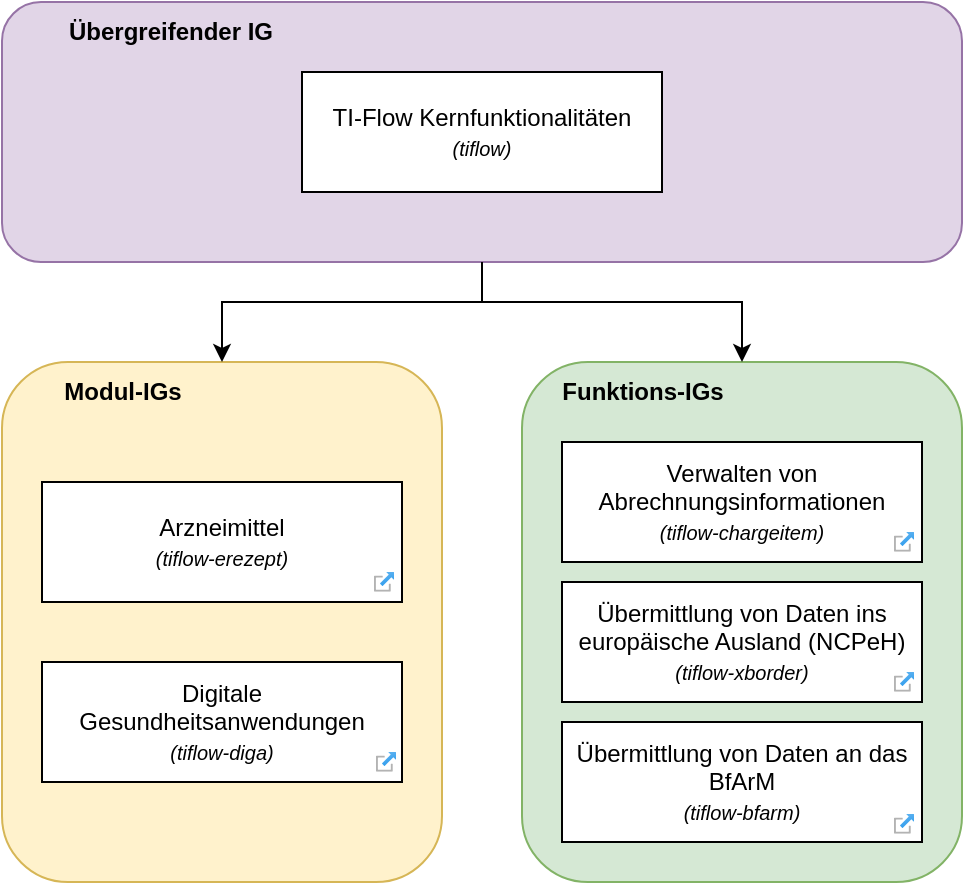
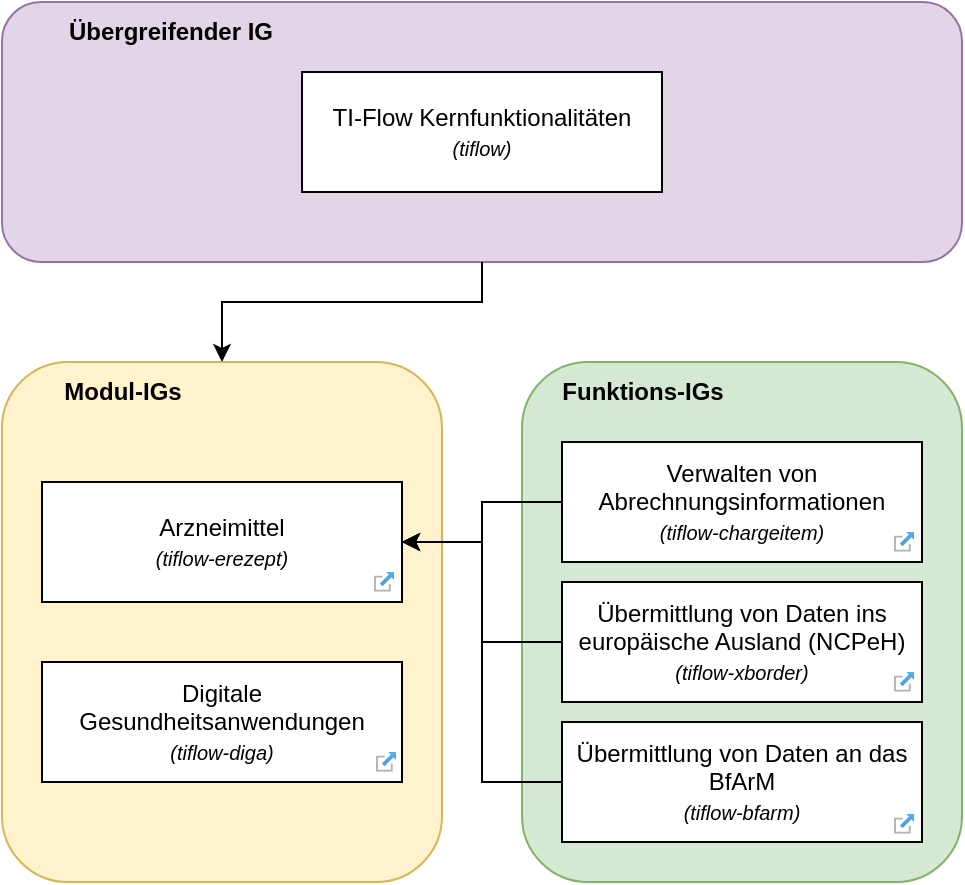
- <mxfile host="65bd71144e">
-     <diagram id="awBGbZnLdEZXr3eCjh5i" name="Page-1">
-         <mxGraphModel dx="623" dy="644" grid="1" gridSize="10" guides="1" tooltips="1" connect="1" arrows="1" fold="1" page="1" pageScale="1" pageWidth="827" pageHeight="1169" math="0" shadow="0">
-             <root>
-                 <mxCell id="0"/>
-                 <mxCell id="1" parent="0"/>
-                 <mxCell id="6" value="" style="group" parent="1" vertex="1" connectable="0">
-                     <mxGeometry x="200" y="280" width="220" height="260" as="geometry"/>
-                 </mxCell>
-                 <mxCell id="2" value="" style="rounded=1;whiteSpace=wrap;html=1;fillColor=#fff2cc;strokeColor=#d6b656;" parent="6" vertex="1">
-                     <mxGeometry width="220" height="260" as="geometry"/>
-                 </mxCell>
-                 <mxCell id="3" value="Modul-IGs" style="text;html=1;align=center;verticalAlign=middle;resizable=0;points=[];autosize=1;strokeColor=none;fillColor=none;fontStyle=1" parent="6" vertex="1">
-                     <mxGeometry x="20" width="80" height="30" as="geometry"/>
-                 </mxCell>
-                 <UserObject label="Digitale Gesundheitsanwendungen &lt;br&gt;&lt;i&gt;&lt;font style=&quot;font-size: 10px;&quot;&gt;(&lt;span style=&quot;color: rgb(0, 0, 0);&quot;&gt;tiflow-diga&lt;/span&gt;)&lt;/font&gt;&lt;/i&gt;" link="https://gemspec.gematik.de/ig/fhir/tiflow-diga/2.0.0-ballot.1" linkTarget="_blank" id="5">
-                     <mxCell style="rounded=0;whiteSpace=wrap;html=1;" parent="6" vertex="1">
-                         <mxGeometry x="20" y="150" width="180" height="60" as="geometry"/>
-                     </mxCell>
-                 </UserObject>
-                 <UserObject label="Arzneimittel &lt;br&gt;&lt;i&gt;&lt;font style=&quot;font-size: 10px;&quot;&gt;(tiflow-erezept)&lt;/font&gt;&lt;/i&gt;" link="https://gemspec.gematik.de/ig/fhir/tiflow-erezept/2.0.0-ballot.1" linkTarget="_blank" id="4">
-                     <mxCell style="rounded=0;whiteSpace=wrap;html=1;" parent="6" vertex="1">
-                         <mxGeometry x="20" y="60" width="180" height="60" as="geometry"/>
-                     </mxCell>
-                 </UserObject>
-                 <mxCell id="21" value="" style="image;aspect=fixed;html=1;points=[];align=center;fontSize=12;image=img/lib/azure2/general/Launch_Portal.svg;" parent="6" vertex="1">
-                     <mxGeometry x="187" y="195" width="10" height="9.85" as="geometry"/>
-                 </mxCell>
-                 <mxCell id="7" value="" style="group" parent="1" vertex="1" connectable="0">
-                     <mxGeometry x="460" y="280" width="220" height="260" as="geometry"/>
-                 </mxCell>
-                 <mxCell id="8" value="" style="rounded=1;whiteSpace=wrap;html=1;fillColor=#d5e8d4;strokeColor=#82b366;" parent="7" vertex="1">
-                     <mxGeometry width="220" height="260" as="geometry"/>
-                 </mxCell>
-                 <mxCell id="9" value="Funktions-IGs" style="text;html=1;align=center;verticalAlign=middle;resizable=0;points=[];autosize=1;strokeColor=none;fillColor=none;fontStyle=1" parent="7" vertex="1">
-                     <mxGeometry x="10" width="100" height="30" as="geometry"/>
-                 </mxCell>
-                 <UserObject label="Verwalten von Abrechnungsinformationen&lt;br&gt;&lt;font style=&quot;font-size: 10px;&quot;&gt;&lt;i&gt;(&lt;span style=&quot;color: rgb(0, 0, 0);&quot;&gt;tiflow-chargeitem)&lt;/span&gt;&lt;/i&gt;&lt;/font&gt;" link="https://gemspec.gematik.de/ig/fhir/tiflow-chargeitem/2.0.0-ballot.1" linkTarget="_blank" id="12">
-                     <mxCell style="rounded=0;whiteSpace=wrap;html=1;" parent="7" vertex="1">
-                         <mxGeometry x="20" y="40" width="180" height="60" as="geometry"/>
-                     </mxCell>
-                 </UserObject>
-                 <UserObject label="Übermittlung von Daten ins europäische Ausland (NCPeH)&lt;br&gt;&lt;font style=&quot;font-size: 10px;&quot;&gt;&lt;i&gt;(&lt;span style=&quot;color: rgb(0, 0, 0);&quot;&gt;tiflow-xborder)&lt;/span&gt;&lt;/i&gt;&lt;/font&gt;" link="https://gemspec.gematik.de/ig/fhir/tiflow-xborder/2.0.0-ballot.1" linkTarget="_blank" id="11">
-                     <mxCell style="rounded=0;whiteSpace=wrap;html=1;" parent="7" vertex="1">
-                         <mxGeometry x="20" y="110" width="180" height="60" as="geometry"/>
-                     </mxCell>
-                 </UserObject>
-                 <UserObject label="Übermittlung von Daten an das BfArM&lt;br&gt;&lt;font style=&quot;font-size: 10px;&quot;&gt;&lt;i&gt;(&lt;span style=&quot;color: rgb(0, 0, 0);&quot;&gt;tiflow-bfarm)&lt;/span&gt;&lt;/i&gt;&lt;/font&gt;" link="https://gemspec.gematik.de/ig/fhir/tiflow-bfarm/2.0.0-ballot.1" linkTarget="_blank" id="10">
-                     <mxCell style="rounded=0;whiteSpace=wrap;html=1;" parent="7" vertex="1">
-                         <mxGeometry x="20" y="180" width="180" height="60" as="geometry"/>
-                     </mxCell>
-                 </UserObject>
-                 <mxCell id="13" value="" style="group" parent="1" vertex="1" connectable="0">
-                     <mxGeometry x="200" y="100" width="480" height="130" as="geometry"/>
-                 </mxCell>
-                 <mxCell id="14" value="" style="rounded=1;whiteSpace=wrap;html=1;fillColor=#e1d5e7;strokeColor=#9673a6;" parent="13" vertex="1">
-                     <mxGeometry width="479.99999999999994" height="130" as="geometry"/>
-                 </mxCell>
-                 <mxCell id="15" value="Übergreifender IG" style="text;html=1;align=center;verticalAlign=middle;resizable=0;points=[];autosize=1;strokeColor=none;fillColor=none;fontStyle=1" parent="13" vertex="1">
-                     <mxGeometry x="23.636363636363633" width="120" height="30" as="geometry"/>
-                 </mxCell>
-                 <mxCell id="18" value="TI-Flow Kernfunktionalitäten&lt;br&gt;&lt;i&gt;&lt;font style=&quot;font-size: 10px;&quot;&gt;(tiflow)&lt;/font&gt;&lt;/i&gt;" style="rounded=0;whiteSpace=wrap;html=1;" parent="13" vertex="1">
-                     <mxGeometry x="150" y="35" width="180" height="60" as="geometry"/>
-                 </mxCell>
-                 <mxCell id="19" style="edgeStyle=none;html=1;entryX=0.5;entryY=0;entryDx=0;entryDy=0;rounded=0;curved=0;exitX=0.5;exitY=1;exitDx=0;exitDy=0;" parent="1" source="14" target="2" edge="1">
-                     <mxGeometry relative="1" as="geometry">
-                         <Array as="points">
-                             <mxPoint x="440" y="250"/>
-                             <mxPoint x="310" y="250"/>
-                         </Array>
-                     </mxGeometry>
-                 </mxCell>
-                 <mxCell id="20" style="edgeStyle=none;html=1;exitX=0.5;exitY=1;exitDx=0;exitDy=0;entryX=0.5;entryY=0;entryDx=0;entryDy=0;rounded=0;curved=0;" parent="1" source="14" target="8" edge="1">
-                     <mxGeometry relative="1" as="geometry">
-                         <Array as="points">
-                             <mxPoint x="440" y="250"/>
-                             <mxPoint x="570" y="250"/>
-                         </Array>
-                     </mxGeometry>
-                 </mxCell>
-                 <mxCell id="22" value="" style="image;aspect=fixed;html=1;points=[];align=center;fontSize=12;image=img/lib/azure2/general/Launch_Portal.svg;" parent="1" vertex="1">
-                     <mxGeometry x="386" y="385" width="10" height="9.85" as="geometry"/>
-                 </mxCell>
-                 <mxCell id="23" value="" style="image;aspect=fixed;html=1;points=[];align=center;fontSize=12;image=img/lib/azure2/general/Launch_Portal.svg;" parent="1" vertex="1">
-                     <mxGeometry x="646" y="506" width="10" height="9.85" as="geometry"/>
-                 </mxCell>
-                 <mxCell id="24" value="" style="image;aspect=fixed;html=1;points=[];align=center;fontSize=12;image=img/lib/azure2/general/Launch_Portal.svg;" parent="1" vertex="1">
-                     <mxGeometry x="646" y="435" width="10" height="9.85" as="geometry"/>
-                 </mxCell>
-                 <mxCell id="25" value="" style="image;aspect=fixed;html=1;points=[];align=center;fontSize=12;image=img/lib/azure2/general/Launch_Portal.svg;" parent="1" vertex="1">
-                     <mxGeometry x="646" y="365" width="10" height="9.85" as="geometry"/>
-                 </mxCell>
-             </root>
-         </mxGraphModel>
-     </diagram>
- </mxfile>+ <mxfile host="app.diagrams.net">
+   <diagram id="awBGbZnLdEZXr3eCjh5i" name="Page-1">
+     <mxGraphModel dx="1414" dy="863" grid="1" gridSize="10" guides="1" tooltips="1" connect="1" arrows="1" fold="1" page="1" pageScale="1" pageWidth="827" pageHeight="1169" math="0" shadow="0">
+       <root>
+         <mxCell id="0" />
+         <mxCell id="1" parent="0" />
+         <mxCell id="6" connectable="0" parent="1" style="group" value="" vertex="1">
+           <mxGeometry height="260" width="220" x="200" y="280" as="geometry" />
+         </mxCell>
+         <mxCell id="2" parent="6" style="rounded=1;whiteSpace=wrap;html=1;fillColor=#fff2cc;strokeColor=#d6b656;" value="" vertex="1">
+           <mxGeometry height="260" width="220" as="geometry" />
+         </mxCell>
+         <mxCell id="3" parent="6" style="text;html=1;align=center;verticalAlign=middle;resizable=0;points=[];autosize=1;strokeColor=none;fillColor=none;fontStyle=1" value="Modul-IGs" vertex="1">
+           <mxGeometry height="30" width="80" x="20" as="geometry" />
+         </mxCell>
+         <UserObject label="Digitale Gesundheitsanwendungen &lt;br&gt;&lt;i&gt;&lt;font style=&quot;font-size: 10px;&quot;&gt;(&lt;span style=&quot;color: rgb(0, 0, 0);&quot;&gt;tiflow-diga&lt;/span&gt;)&lt;/font&gt;&lt;/i&gt;" link="https://gemspec.gematik.de/ig/fhir/tiflow-diga/2.0.0-ballot.1" linkTarget="_blank" id="5">
+           <mxCell parent="6" style="rounded=0;whiteSpace=wrap;html=1;" vertex="1">
+             <mxGeometry height="60" width="180" x="20" y="150" as="geometry" />
+           </mxCell>
+         </UserObject>
+         <UserObject label="Arzneimittel &lt;br&gt;&lt;i&gt;&lt;font style=&quot;font-size: 10px;&quot;&gt;(tiflow-erezept)&lt;/font&gt;&lt;/i&gt;" link="https://gemspec.gematik.de/ig/fhir/tiflow-erezept/2.0.0-ballot.1" linkTarget="_blank" id="4">
+           <mxCell parent="6" style="rounded=0;whiteSpace=wrap;html=1;" vertex="1">
+             <mxGeometry height="60" width="180" x="20" y="60" as="geometry" />
+           </mxCell>
+         </UserObject>
+         <mxCell id="21" parent="6" style="image;aspect=fixed;html=1;points=[];align=center;fontSize=12;image=img/lib/azure2/general/Launch_Portal.svg;" value="" vertex="1">
+           <mxGeometry height="9.85" width="10" x="187" y="195" as="geometry" />
+         </mxCell>
+         <mxCell id="7" connectable="0" parent="1" style="group" value="" vertex="1">
+           <mxGeometry height="260" width="220" x="460" y="280" as="geometry" />
+         </mxCell>
+         <mxCell id="8" parent="7" style="rounded=1;whiteSpace=wrap;html=1;fillColor=#d5e8d4;strokeColor=#82b366;" value="" vertex="1">
+           <mxGeometry height="260" width="220" as="geometry" />
+         </mxCell>
+         <mxCell id="9" parent="7" style="text;html=1;align=center;verticalAlign=middle;resizable=0;points=[];autosize=1;strokeColor=none;fillColor=none;fontStyle=1" value="Funktions-IGs" vertex="1">
+           <mxGeometry height="30" width="100" x="10" as="geometry" />
+         </mxCell>
+         <UserObject label="Verwalten von Abrechnungsinformationen&lt;br&gt;&lt;font style=&quot;font-size: 10px;&quot;&gt;&lt;i&gt;(&lt;span style=&quot;color: rgb(0, 0, 0);&quot;&gt;tiflow-chargeitem)&lt;/span&gt;&lt;/i&gt;&lt;/font&gt;" link="https://gemspec.gematik.de/ig/fhir/tiflow-chargeitem/2.0.0-ballot.1" linkTarget="_blank" id="12">
+           <mxCell parent="7" style="rounded=0;whiteSpace=wrap;html=1;" vertex="1">
+             <mxGeometry height="60" width="180" x="20" y="40" as="geometry" />
+           </mxCell>
+         </UserObject>
+         <UserObject label="Übermittlung von Daten ins europäische Ausland (NCPeH)&lt;br&gt;&lt;font style=&quot;font-size: 10px;&quot;&gt;&lt;i&gt;(&lt;span style=&quot;color: rgb(0, 0, 0);&quot;&gt;tiflow-xborder)&lt;/span&gt;&lt;/i&gt;&lt;/font&gt;" link="https://gemspec.gematik.de/ig/fhir/tiflow-xborder/2.0.0-ballot.1" linkTarget="_blank" id="11">
+           <mxCell parent="7" style="rounded=0;whiteSpace=wrap;html=1;" vertex="1">
+             <mxGeometry height="60" width="180" x="20" y="110" as="geometry" />
+           </mxCell>
+         </UserObject>
+         <UserObject label="Übermittlung von Daten an das BfArM&lt;br&gt;&lt;font style=&quot;font-size: 10px;&quot;&gt;&lt;i&gt;(&lt;span style=&quot;color: rgb(0, 0, 0);&quot;&gt;tiflow-bfarm)&lt;/span&gt;&lt;/i&gt;&lt;/font&gt;" link="https://gemspec.gematik.de/ig/fhir/tiflow-bfarm/2.0.0-ballot.1" linkTarget="_blank" id="10">
+           <mxCell parent="7" style="rounded=0;whiteSpace=wrap;html=1;" vertex="1">
+             <mxGeometry height="60" width="180" x="20" y="180" as="geometry" />
+           </mxCell>
+         </UserObject>
+         <mxCell id="13" connectable="0" parent="1" style="group" value="" vertex="1">
+           <mxGeometry height="130" width="480" x="200" y="100" as="geometry" />
+         </mxCell>
+         <mxCell id="14" parent="13" style="rounded=1;whiteSpace=wrap;html=1;fillColor=#e1d5e7;strokeColor=#9673a6;" value="" vertex="1">
+           <mxGeometry height="130" width="479.99999999999994" as="geometry" />
+         </mxCell>
+         <mxCell id="15" parent="13" style="text;html=1;align=center;verticalAlign=middle;resizable=0;points=[];autosize=1;strokeColor=none;fillColor=none;fontStyle=1" value="Übergreifender IG" vertex="1">
+           <mxGeometry height="30" width="120" x="23.636363636363633" as="geometry" />
+         </mxCell>
+         <mxCell id="18" parent="13" style="rounded=0;whiteSpace=wrap;html=1;" value="TI-Flow Kernfunktionalitäten&lt;br&gt;&lt;i&gt;&lt;font style=&quot;font-size: 10px;&quot;&gt;(tiflow)&lt;/font&gt;&lt;/i&gt;" vertex="1">
+           <mxGeometry height="60" width="180" x="150" y="35" as="geometry" />
+         </mxCell>
+         <mxCell id="19" edge="1" parent="1" source="14" style="edgeStyle=none;html=1;entryX=0.5;entryY=0;entryDx=0;entryDy=0;rounded=0;curved=0;exitX=0.5;exitY=1;exitDx=0;exitDy=0;" target="2">
+           <mxGeometry relative="1" as="geometry">
+             <Array as="points">
+               <mxPoint x="440" y="250" />
+               <mxPoint x="310" y="250" />
+             </Array>
+           </mxGeometry>
+         </mxCell>
+         <mxCell id="22" parent="1" style="image;aspect=fixed;html=1;points=[];align=center;fontSize=12;image=img/lib/azure2/general/Launch_Portal.svg;" value="" vertex="1">
+           <mxGeometry height="9.85" width="10" x="386" y="385" as="geometry" />
+         </mxCell>
+         <mxCell id="23" parent="1" style="image;aspect=fixed;html=1;points=[];align=center;fontSize=12;image=img/lib/azure2/general/Launch_Portal.svg;" value="" vertex="1">
+           <mxGeometry height="9.85" width="10" x="646" y="506" as="geometry" />
+         </mxCell>
+         <mxCell id="24" parent="1" style="image;aspect=fixed;html=1;points=[];align=center;fontSize=12;image=img/lib/azure2/general/Launch_Portal.svg;" value="" vertex="1">
+           <mxGeometry height="9.85" width="10" x="646" y="435" as="geometry" />
+         </mxCell>
+         <mxCell id="25" parent="1" style="image;aspect=fixed;html=1;points=[];align=center;fontSize=12;image=img/lib/azure2/general/Launch_Portal.svg;" value="" vertex="1">
+           <mxGeometry height="9.85" width="10" x="646" y="365" as="geometry" />
+         </mxCell>
+         <mxCell id="jSHyn1fQl-4pVhEIlSb7-30" edge="1" parent="1" source="12" style="edgeStyle=orthogonalEdgeStyle;rounded=0;orthogonalLoop=1;jettySize=auto;html=1;" target="4">
+           <mxGeometry relative="1" as="geometry" />
+         </mxCell>
+         <mxCell id="jSHyn1fQl-4pVhEIlSb7-31" edge="1" parent="1" source="11" style="edgeStyle=orthogonalEdgeStyle;rounded=0;orthogonalLoop=1;jettySize=auto;html=1;" target="4">
+           <mxGeometry relative="1" as="geometry" />
+         </mxCell>
+         <mxCell id="jSHyn1fQl-4pVhEIlSb7-32" edge="1" parent="1" source="10" style="edgeStyle=orthogonalEdgeStyle;rounded=0;orthogonalLoop=1;jettySize=auto;html=1;" target="4">
+           <mxGeometry relative="1" as="geometry">
+             <Array as="points">
+               <mxPoint x="440" y="490" />
+               <mxPoint x="440" y="370" />
+             </Array>
+           </mxGeometry>
+         </mxCell>
+       </root>
+     </mxGraphModel>
+   </diagram>
+ </mxfile>
